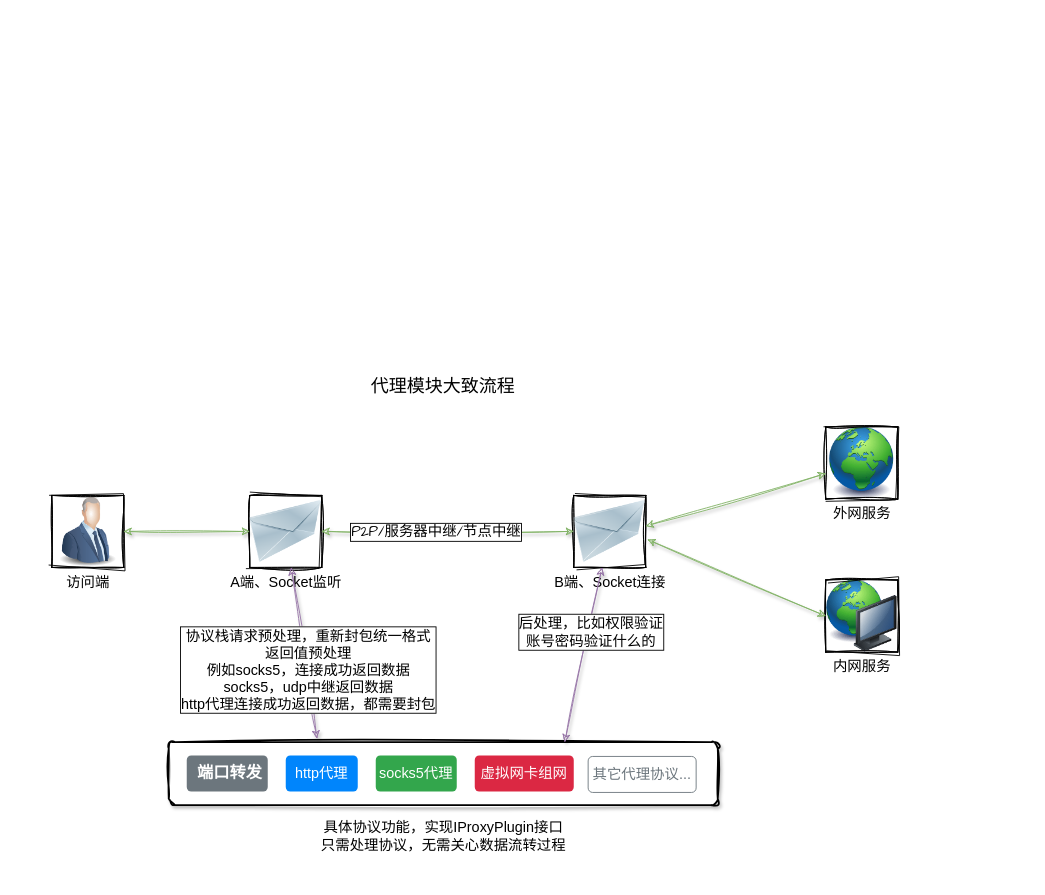
This is readme/代理模块大致流程.drawio from snltty/p2p-tunnel, a draw.io file, before an edit. Source tidied: cells renumbered, new cells numbered last; positions are measured from the earlier drawing's top-left corner, leaving out a move shared by most shapes. Both pictures are drawn from the tidied source at 90%, with x=0, y=0 at pixel (51, 373).
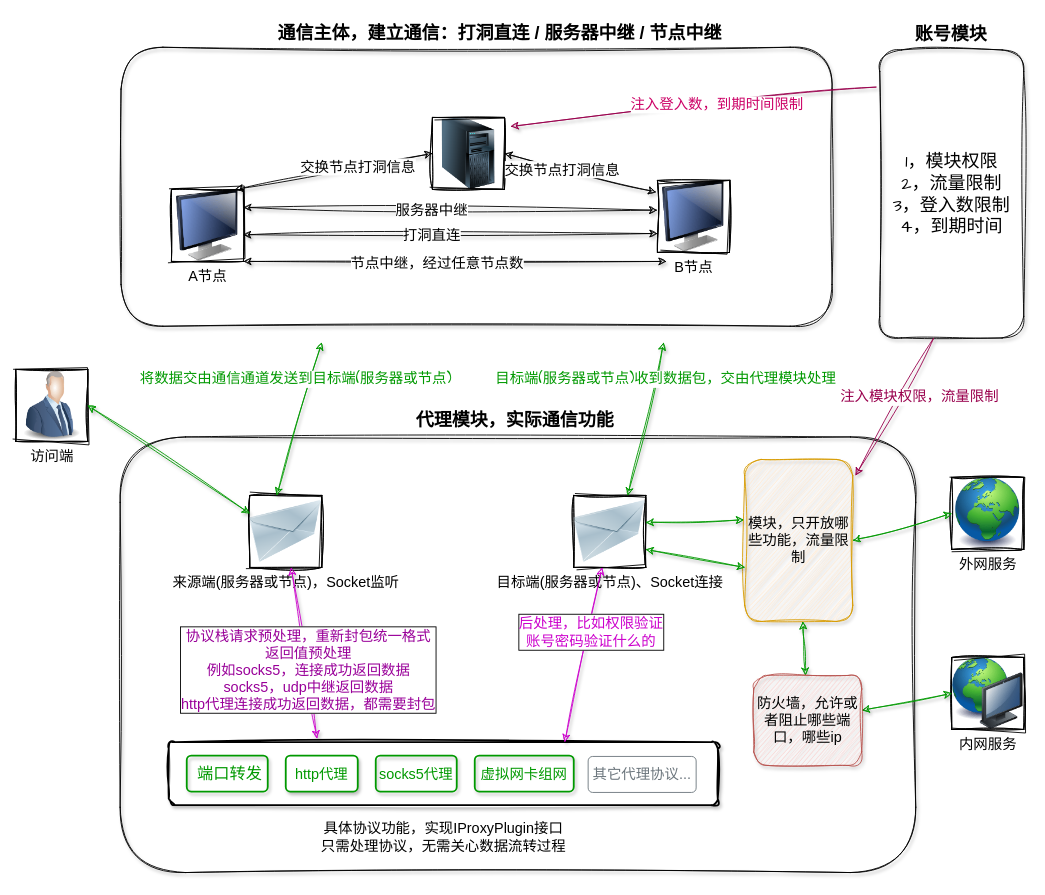
The same diagram, later.

Commit message (it also covers changes not shown here):
增加流量限制

Diff of the diagram source:
```diff
@@
+    <mxCell id="24" style="rounded=1;whiteSpace=wrap;html=1;fillColor=none;glass=0;sketch=1;curveFitting=1;jiggle=2;shadow=1;" parent="1" vertex="1">
+      <mxGeometry x="77" y="-362" width="790" height="310" as="geometry" />
+    </mxCell>
+    <mxCell id="25" style="rounded=1;whiteSpace=wrap;html=1;sketch=1;curveFitting=1;jiggle=2;shadow=1;fillColor=none;" parent="1" vertex="1">
+      <mxGeometry x="76" y="71" width="884" height="484" as="geometry" />
+    </mxCell>
-    <mxCell id="2" style="rounded=1;whiteSpace=wrap;html=1;absoluteArcSize=1;arcSize=14;strokeWidth=2;gradientColor=none;glass=0;sketch=1;curveFitting=1;jiggle=2;shadow=1;" parent="1" vertex="1">
+    <mxCell id="2" style="rounded=1;whiteSpace=wrap;html=1;absoluteArcSize=1;arcSize=14;strokeWidth=2;gradientColor=none;glass=0;sketch=1;curveFitting=1;jiggle=2;shadow=1;fillColor=default;" parent="1" vertex="1">
       <mxGeometry x="130" y="410" width="610" height="70" as="geometry" />
     </mxCell>
-    <mxCell id="3" value="端口转发" style="html=1;shadow=0;dashed=0;shape=mxgraph.bootstrap.rrect;rSize=5;strokeColor=none;strokeWidth=1;fillColor=#6C767D;fontColor=#FFFFFF;whiteSpace=wrap;align=left;verticalAlign=middle;spacingLeft=10;fontStyle=1;fontSize=18;" parent="1" vertex="1">
+    <mxCell id="3" value="端口转发" style="html=1;shadow=1;dashed=0;shape=mxgraph.bootstrap.rrect;rSize=5;strokeColor=#009900;strokeWidth=2;fillColor=none;whiteSpace=wrap;align=left;verticalAlign=middle;spacingLeft=10;fontStyle=0;fontSize=18;labelBackgroundColor=default;labelBorderColor=none;fontColor=#009900;" parent="1" vertex="1">
       <mxGeometry x="150" y="425" width="90" height="40" as="geometry" />
     </mxCell>
-    <mxCell id="4" value="http代理" style="html=1;shadow=0;dashed=0;shape=mxgraph.bootstrap.rrect;rSize=5;strokeColor=none;strokeWidth=1;fillColor=#0085FC;fontColor=#FFFFFF;whiteSpace=wrap;align=center;verticalAlign=middle;spacingLeft=0;fontStyle=0;fontSize=16;spacing=5;" parent="1" vertex="1">
+    <mxCell id="4" value="http代理" style="html=1;shadow=1;dashed=0;shape=mxgraph.bootstrap.rrect;rSize=5;strokeColor=#009900;strokeWidth=2;fillColor=default;fontColor=#009900;whiteSpace=wrap;align=center;verticalAlign=middle;spacingLeft=0;fontStyle=0;fontSize=16;spacing=5;" parent="1" vertex="1">
       <mxGeometry x="260" y="425" width="80" height="40" as="geometry" />
     </mxCell>
-    <mxCell id="5" value="socks5代理" style="html=1;shadow=0;dashed=0;shape=mxgraph.bootstrap.rrect;rSize=5;strokeColor=none;strokeWidth=1;fillColor=#33A64C;fontColor=#FFFFFF;whiteSpace=wrap;align=center;verticalAlign=middle;spacingLeft=0;fontStyle=0;fontSize=16;spacing=5;" parent="1" vertex="1">
+    <mxCell id="5" value="socks5代理" style="html=1;shadow=1;dashed=0;shape=mxgraph.bootstrap.rrect;rSize=5;strokeColor=#009900;strokeWidth=2;fillColor=none;fontColor=#009900;whiteSpace=wrap;align=center;verticalAlign=middle;spacingLeft=0;fontStyle=0;fontSize=16;spacing=5;" parent="1" vertex="1">
       <mxGeometry x="360" y="425" width="90" height="40" as="geometry" />
     </mxCell>
-    <mxCell id="6" value="虚拟网卡组网" style="html=1;shadow=0;dashed=0;shape=mxgraph.bootstrap.rrect;rSize=5;strokeColor=none;strokeWidth=1;fillColor=#DB2843;fontColor=#FFFFFF;whiteSpace=wrap;align=center;verticalAlign=middle;spacingLeft=0;fontStyle=0;fontSize=16;spacing=5;" parent="1" vertex="1">
+    <mxCell id="6" value="虚拟网卡组网" style="html=1;shadow=1;dashed=0;shape=mxgraph.bootstrap.rrect;rSize=5;strokeColor=#009900;strokeWidth=2;fillColor=none;fontColor=#009900;whiteSpace=wrap;align=center;verticalAlign=middle;spacingLeft=0;fontStyle=0;fontSize=16;spacing=5;" parent="1" vertex="1">
       <mxGeometry x="470" y="425" width="110" height="40" as="geometry" />
     </mxCell>
@@
     <mxCell id="8" value="访问端" style="image;html=1;image=img/lib/clip_art/people/Suit_Man_Blue_128x128.png;sketch=1;curveFitting=1;jiggle=2;imageBorder=default;imageBackground=default;fontSize=16;" parent="1" vertex="1">
-      <mxGeometry y="136" width="80" height="80" as="geometry" />
+      <mxGeometry x="-40" y="-4" width="80" height="80" as="geometry" />
     </mxCell>
-    <mxCell id="9" value="A端、Socket监听" style="image;html=1;image=img/lib/clip_art/networking/Email_128x128.png;sketch=1;curveFitting=1;jiggle=2;imageBorder=default;imageBackground=default;fontSize=16;" parent="1" vertex="1">
+    <mxCell id="9" value="来源端(服务器或节点)，Socket监听" style="image;html=1;image=img/lib/clip_art/networking/Email_128x128.png;sketch=1;curveFitting=1;jiggle=2;imageBorder=default;imageBackground=default;fontSize=16;" parent="1" vertex="1">
       <mxGeometry x="220" y="136" width="80" height="80" as="geometry" />
     </mxCell>
-    <mxCell id="10" style="endArrow=classic;startArrow=classic;html=1;rounded=0;entryX=0;entryY=0.5;entryDx=0;entryDy=0;exitX=1;exitY=0.5;exitDx=0;exitDy=0;fillColor=#d5e8d4;strokeColor=#82b366;sketch=1;curveFitting=1;jiggle=2;shadow=1;" parent="1" edge="1" source="8" target="9">
-      <mxGeometry relative="1" as="geometry" />
+    <mxCell id="10" style="endArrow=classic;startArrow=classic;html=1;rounded=0;exitX=1;exitY=0.5;exitDx=0;exitDy=0;fillColor=#d5e8d4;strokeColor=#009900;sketch=1;curveFitting=1;jiggle=2;shadow=1;" parent="1" edge="1" source="8">
+      <mxGeometry relative="1" as="geometry">
+        <mxPoint x="220" y="156" as="targetPoint" />
+      </mxGeometry>
     </mxCell>
-    <mxCell id="11" value="B端、Socket连接" style="image;html=1;image=img/lib/clip_art/networking/Email_128x128.png;imageBackground=default;imageBorder=default;sketch=1;curveFitting=1;jiggle=2;fontSize=16;" parent="1" vertex="1">
+    <mxCell id="11" value="目标端(服务器或节点)、Socket连接" style="image;html=1;image=img/lib/clip_art/networking/Email_128x128.png;imageBackground=default;imageBorder=default;sketch=1;curveFitting=1;jiggle=2;fontSize=16;" parent="1" vertex="1">
       <mxGeometry x="580" y="136" width="80" height="80" as="geometry" />
     </mxCell>
-    <mxCell id="12" style="endArrow=classic;startArrow=classic;html=1;rounded=0;entryX=0;entryY=0.5;entryDx=0;entryDy=0;sketch=1;curveFitting=1;jiggle=2;shadow=1;fillColor=#d5e8d4;strokeColor=#82b366;" parent="1" edge="1" target="11">
-      <mxGeometry relative="1" as="geometry">
-        <mxPoint x="300" y="176" as="sourcePoint" />
-      </mxGeometry>
-    </mxCell>
-    <mxCell id="13" value="P2P/服务器中继/节点中继" style="edgeLabel;align=center;verticalAlign=middle;fontSize=16;labelBorderColor=default;html=1;fontFamily=Comic Sans MS;" parent="12" vertex="1">
-      <mxGeometry x="-0.1" relative="1" as="geometry" />
-    </mxCell>
     <mxCell id="14" value="内网服务" style="image;html=1;image=img/lib/clip_art/computers/Network_128x128.png;imageBorder=default;imageBackground=default;sketch=1;curveFitting=1;jiggle=2;fontSize=16;" parent="1" vertex="1">
-      <mxGeometry x="860" y="230" width="80" height="80" as="geometry" />
+      <mxGeometry x="1000" y="316" width="80" height="80" as="geometry" />
     </mxCell>
     <mxCell id="15" value="外网服务" style="image;html=1;image=img/lib/clip_art/general/Earth_globe_128x128.png;fontSize=16;imageBackground=default;imageBorder=default;sketch=1;curveFitting=1;jiggle=2;" parent="1" vertex="1">
-      <mxGeometry x="860" y="60" width="80" height="80" as="geometry" />
+      <mxGeometry x="1000" y="116" width="80" height="80" as="geometry" />
     </mxCell>
-    <mxCell id="16" style="endArrow=classic;startArrow=classic;html=1;rounded=0;fillColor=#d5e8d4;strokeColor=#82b366;shadow=1;sketch=1;curveFitting=1;jiggle=2;" parent="1" edge="1" target="15">
+    <mxCell id="16" style="endArrow=classic;startArrow=classic;html=1;rounded=0;fillColor=#d5e8d4;strokeColor=#009900;shadow=1;sketch=1;curveFitting=1;jiggle=2;entryX=-0.008;entryY=0.373;entryDx=0;entryDy=0;entryPerimeter=0;" parent="1" edge="1" target="26">
       <mxGeometry relative="1" as="geometry">
-        <mxPoint x="660" y="170" as="sourcePoint" />
+        <mxPoint x="660" y="166" as="sourcePoint" />
       </mxGeometry>
     </mxCell>
-    <mxCell id="17" style="endArrow=classic;startArrow=classic;html=1;rounded=0;exitX=1.025;exitY=0.613;exitDx=0;exitDy=0;exitPerimeter=0;entryX=0;entryY=0.5;entryDx=0;entryDy=0;fillColor=#d5e8d4;strokeColor=#82b366;shadow=1;sketch=1;curveFitting=1;jiggle=2;" parent="1" edge="1" source="11" target="14">
+    <mxCell id="17" style="endArrow=classic;startArrow=classic;html=1;rounded=0;entryX=0;entryY=0.5;entryDx=0;entryDy=0;fillColor=#d5e8d4;strokeColor=#009900;shadow=1;sketch=1;curveFitting=1;jiggle=2;" parent="1" edge="1" source="48" target="14">
       <mxGeometry relative="1" as="geometry" />
     </mxCell>
@@
-    <mxCell id="19" style="endArrow=classic;startArrow=classic;html=1;rounded=0;exitX=0.27;exitY=-0.057;exitDx=0;exitDy=0;exitPerimeter=0;fillColor=#e1d5e7;strokeColor=#9673a6;sketch=1;curveFitting=1;jiggle=2;shadow=1;" parent="1" edge="1" source="2" target="9">
+    <mxCell id="19" style="endArrow=classic;startArrow=classic;html=1;rounded=0;exitX=0.27;exitY=-0.057;exitDx=0;exitDy=0;exitPerimeter=0;fillColor=#e1d5e7;strokeColor=#CC00CC;sketch=1;curveFitting=1;jiggle=2;shadow=1;" parent="1" edge="1" source="2" target="9">
       <mxGeometry relative="1" as="geometry" />
     </mxCell>
-    <mxCell id="20" value="协议栈请求预处理，重新封包统一格式&lt;br style=&quot;font-size: 16px;&quot;&gt;返回值预处理&lt;br style=&quot;font-size: 16px;&quot;&gt;例如socks5，连接成功返回数据&lt;br style=&quot;font-size: 16px;&quot;&gt;socks5，udp中继返回数据&lt;br style=&quot;font-size: 16px;&quot;&gt;http代理连接成功返回数据，都需要封包" style="edgeLabel;html=1;align=center;verticalAlign=middle;fontSize=16;labelBorderColor=default;" parent="19" vertex="1">
+    <mxCell id="20" value="协议栈请求预处理，重新封包统一格式&lt;br style=&quot;font-size: 16px;&quot;&gt;返回值预处理&lt;br style=&quot;font-size: 16px;&quot;&gt;例如socks5，连接成功返回数据&lt;br style=&quot;font-size: 16px;&quot;&gt;socks5，udp中继返回数据&lt;br style=&quot;font-size: 16px;&quot;&gt;http代理连接成功返回数据，都需要封包" style="edgeLabel;html=1;align=center;verticalAlign=middle;fontSize=16;labelBorderColor=default;fontColor=#990099;" parent="19" vertex="1">
       <mxGeometry x="-0.2" y="-2" relative="1" as="geometry">
         <mxPoint x="-1" as="offset" />
       </mxGeometry>
     </mxCell>
-    <mxCell id="21" style="endArrow=classic;startArrow=classic;html=1;rounded=1;fillColor=#e1d5e7;strokeColor=#9673a6;sketch=1;curveFitting=1;jiggle=2;shadow=1;" parent="1" edge="1" target="11">
+    <mxCell id="21" style="endArrow=classic;startArrow=classic;html=1;rounded=1;fillColor=#e1d5e7;strokeColor=#CC00CC;sketch=1;curveFitting=1;jiggle=2;shadow=1;" parent="1" edge="1" target="11">
       <mxGeometry relative="1" as="geometry">
         <mxPoint x="570" y="410" as="sourcePoint" />
       </mxGeometry>
     </mxCell>
-    <mxCell id="22" value="后处理，比如权限验证&lt;br style=&quot;font-size: 16px;&quot;&gt;账号密码验证什么的" style="edgeLabel;html=1;align=center;verticalAlign=middle;fontSize=16;labelBorderColor=default;" parent="21" vertex="1">
+    <mxCell id="22" value="后处理，比如权限验证&lt;br style=&quot;font-size: 16px;&quot;&gt;账号密码验证什么的" style="edgeLabel;html=1;align=center;verticalAlign=middle;fontSize=16;labelBorderColor=default;fontColor=#CC00CC;" parent="21" vertex="1">
       <mxGeometry x="0.27" y="-2" relative="1" as="geometry" />
     </mxCell>
-    <mxCell id="23" value="代理模块大致流程" style="text;html=1;strokeColor=none;fillColor=none;align=center;verticalAlign=middle;whiteSpace=wrap;rounded=0;fontSize=20;fontFamily=Comic Sans MS;" parent="1" vertex="1">
-      <mxGeometry x="350" width="170" height="30" as="geometry" />
-    </mxCell>
+    <mxCell id="26" value="模块，只开放哪些功能，流量限制" style="rounded=1;whiteSpace=wrap;html=1;glass=0;shadow=1;sketch=1;curveFitting=1;jiggle=2;fontSize=16;fillColor=#ffe6cc;strokeColor=#d79b00;" parent="1" vertex="1">
+      <mxGeometry x="770" y="96" width="120" height="180" as="geometry" />
+    </mxCell>
+    <mxCell id="27" style="image;html=1;image=img/lib/clip_art/computers/Server_Tower_128x128.png;imageBorder=default;imageBackground=default;sketch=1;curveFitting=1;jiggle=2;" parent="1" vertex="1">
+      <mxGeometry x="423" y="-284" width="80" height="80" as="geometry" />
+    </mxCell>
+    <mxCell id="28" value="&lt;font style=&quot;font-size: 16px;&quot;&gt;A节点&lt;/font&gt;" style="image;html=1;image=img/lib/clip_art/computers/Monitor_128x128.png;imageBorder=default;imageBackground=default;sketch=1;curveFitting=1;jiggle=2;" parent="1" vertex="1">
+      <mxGeometry x="133" y="-204" width="80" height="80" as="geometry" />
+    </mxCell>
+    <mxCell id="29" value="&lt;font style=&quot;font-size: 16px;&quot;&gt;B节点&lt;/font&gt;" style="image;html=1;image=img/lib/clip_art/computers/Monitor_128x128.png;sketch=1;curveFitting=1;jiggle=2;imageBorder=default;imageBackground=default;" parent="1" vertex="1">
+      <mxGeometry x="673" y="-214" width="80" height="80" as="geometry" />
+    </mxCell>
+    <mxCell id="30" style="endArrow=classic;startArrow=classic;html=1;rounded=0;entryX=0;entryY=0.5;entryDx=0;entryDy=0;exitX=0.885;exitY=0.001;exitDx=0;exitDy=0;exitPerimeter=0;sketch=1;curveFitting=1;jiggle=2;shadow=1;" parent="1" edge="1" source="28" target="27">
+      <mxGeometry relative="1" as="geometry" />
+    </mxCell>
+    <mxCell id="31" value="交换节点打洞信息" style="edgeLabel;html=1;align=center;verticalAlign=middle;fontSize=16;" parent="30" vertex="1">
+      <mxGeometry x="0.24" y="1" relative="1" as="geometry" />
+    </mxCell>
+    <mxCell id="32" style="endArrow=classic;startArrow=classic;html=1;rounded=0;entryX=1;entryY=0.5;entryDx=0;entryDy=0;exitX=-0.019;exitY=0.163;exitDx=0;exitDy=0;exitPerimeter=0;shadow=1;sketch=1;curveFitting=1;jiggle=2;" parent="1" edge="1" source="29" target="27">
+      <mxGeometry relative="1" as="geometry" />
+    </mxCell>
+    <mxCell id="33" value="交换节点打洞信息" style="edgeLabel;html=1;align=center;verticalAlign=middle;fontSize=16;" parent="32" vertex="1">
+      <mxGeometry x="0.24" y="1" relative="1" as="geometry" />
+    </mxCell>
+    <mxCell id="34" style="endArrow=classic;startArrow=classic;html=1;rounded=0;exitX=0.996;exitY=0.641;exitDx=0;exitDy=0;exitPerimeter=0;entryX=0;entryY=0.75;entryDx=0;entryDy=0;sketch=1;curveFitting=1;jiggle=2;shadow=1;" parent="1" edge="1">
+      <mxGeometry relative="1" as="geometry">
+        <mxPoint x="212.7" y="-153.7" as="sourcePoint" />
+        <mxPoint x="673" y="-155" as="targetPoint" />
+      </mxGeometry>
+    </mxCell>
+    <mxCell id="35" value="打洞直连" style="edgeLabel;html=1;align=center;verticalAlign=middle;fontSize=16;" parent="34" vertex="1">
+      <mxGeometry x="-0.09" y="-1" relative="1" as="geometry" />
+    </mxCell>
+    <mxCell id="36" style="endArrow=classic;startArrow=classic;html=1;rounded=0;exitX=1;exitY=0.25;exitDx=0;exitDy=0;entryX=-0.004;entryY=0.413;entryDx=0;entryDy=0;entryPerimeter=0;shadow=1;sketch=1;curveFitting=1;jiggle=2;" parent="1" edge="1" source="28" target="29">
+      <mxGeometry relative="1" as="geometry" />
+    </mxCell>
+    <mxCell id="37" value="服务器中继" style="edgeLabel;html=1;align=center;verticalAlign=middle;fontSize=16;" parent="36" vertex="1">
+      <mxGeometry x="-0.09" y="-1" relative="1" as="geometry" />
+    </mxCell>
+    <mxCell id="38" style="endArrow=classic;startArrow=classic;html=1;rounded=0;exitX=1;exitY=1;exitDx=0;exitDy=0;shadow=1;sketch=1;curveFitting=1;jiggle=2;" parent="1" edge="1" source="28">
+      <mxGeometry relative="1" as="geometry">
+        <mxPoint x="683" y="-124" as="targetPoint" />
+      </mxGeometry>
+    </mxCell>
+    <mxCell id="39" value="节点中继，经过任意节点数" style="edgeLabel;html=1;align=center;verticalAlign=middle;fontSize=16;" parent="38" vertex="1">
+      <mxGeometry x="-0.09" y="-1" relative="1" as="geometry" />
+    </mxCell>
+    <mxCell id="40" value="通信主体，建立通信：打洞直连 / 服务器中继 / 节点中继" style="text;html=1;strokeColor=none;fillColor=none;align=center;verticalAlign=middle;whiteSpace=wrap;rounded=0;fontSize=20;fontStyle=1;fontColor=default;" parent="1" vertex="1">
+      <mxGeometry x="243" y="-394" width="510" height="30" as="geometry" />
+    </mxCell>
+    <mxCell id="41" style="endArrow=classic;startArrow=classic;html=1;rounded=0;sketch=1;curveFitting=1;jiggle=2;shadow=1;fillColor=#d5e8d4;strokeColor=#009900;" parent="1" edge="1">
+      <mxGeometry relative="1" as="geometry">
+        <mxPoint x="250" y="136" as="sourcePoint" />
+        <mxPoint x="300" y="-34" as="targetPoint" />
+      </mxGeometry>
+    </mxCell>
+    <mxCell id="42" value="将数据交由通信通道发送到目标端(服务器或节点)" style="edgeLabel;html=1;align=center;verticalAlign=middle;fontSize=16;fontFamily=Architects Daughter;fontColor=#009900;" parent="41" vertex="1">
+      <mxGeometry x="-0.22" y="-1" relative="1" as="geometry">
+        <mxPoint y="-64" as="offset" />
+      </mxGeometry>
+    </mxCell>
+    <mxCell id="43" value="代理模块，实际通信功能" style="text;html=1;strokeColor=none;fillColor=none;align=center;verticalAlign=middle;whiteSpace=wrap;rounded=0;fontSize=20;fontStyle=1;" parent="1" vertex="1">
+      <mxGeometry x="395" y="36" width="240" height="30" as="geometry" />
+    </mxCell>
+    <mxCell id="44" style="endArrow=classic;startArrow=classic;html=1;rounded=0;sketch=1;hachureGap=4;jiggle=2;curveFitting=1;fontFamily=Architects Daughter;fontSize=16;fillColor=#d5e8d4;strokeColor=#009900;shadow=1;" parent="1" edge="1">
+      <mxGeometry relative="1" as="geometry">
+        <mxPoint x="640" y="136" as="sourcePoint" />
+        <mxPoint x="680" y="-34" as="targetPoint" />
+      </mxGeometry>
+    </mxCell>
+    <mxCell id="45" value="目标端(服务器或节点)收到数据包，交由代理模块处理" style="edgeLabel;html=1;align=center;verticalAlign=middle;fontSize=16;fontFamily=Architects Daughter;fontColor=#009900;" parent="44" vertex="1">
+      <mxGeometry x="-0.09" y="-4" relative="1" as="geometry">
+        <mxPoint x="20" y="-54" as="offset" />
+      </mxGeometry>
+    </mxCell>
+    <mxCell id="46" style="endArrow=classic;startArrow=classic;html=1;rounded=0;sketch=1;hachureGap=4;jiggle=2;curveFitting=1;fontFamily=Architects Daughter;fontSize=16;fillColor=#d5e8d4;strokeColor=#009900;shadow=1;entryX=0.002;entryY=0.667;entryDx=0;entryDy=0;entryPerimeter=0;" parent="1" edge="1" target="26">
+      <mxGeometry relative="1" as="geometry">
+        <mxPoint x="660" y="196" as="sourcePoint" />
+      </mxGeometry>
+    </mxCell>
+    <mxCell id="47" style="endArrow=classic;startArrow=classic;html=1;rounded=0;fillColor=#d5e8d4;strokeColor=#009900;shadow=1;sketch=1;curveFitting=1;jiggle=2;" parent="1" edge="1" source="26" target="48">
+      <mxGeometry relative="1" as="geometry" />
+    </mxCell>
+    <mxCell id="48" value="防火墙，允许或者阻止哪些端口，哪些ip" style="rounded=1;whiteSpace=wrap;html=1;glass=0;shadow=1;sketch=1;curveFitting=1;jiggle=2;fontSize=16;fillColor=#f8cecc;strokeColor=#b85450;" parent="1" vertex="1">
+      <mxGeometry x="780" y="336" width="120" height="100" as="geometry" />
+    </mxCell>
+    <mxCell id="49" style="endArrow=classic;startArrow=classic;html=1;rounded=0;sketch=1;hachureGap=4;jiggle=2;curveFitting=1;fontFamily=Architects Daughter;fontSize=16;entryX=0;entryY=0.5;entryDx=0;entryDy=0;shadow=1;strokeColor=#009900;exitX=1;exitY=0.5;exitDx=0;exitDy=0;" parent="1" edge="1" source="26" target="15">
+      <mxGeometry relative="1" as="geometry" />
+    </mxCell>
+    <mxCell id="50" value="1，模块权限&lt;br&gt;2，流量限制&lt;br&gt;3，登入数限制&lt;br&gt;4，到期时间" style="rounded=1;whiteSpace=wrap;html=1;sketch=1;hachureGap=4;jiggle=2;curveFitting=1;fontFamily=Architects Daughter;fontSize=20;shadow=1;fillColor=none;" parent="1" vertex="1">
+      <mxGeometry x="920" y="-359" width="160" height="320" as="geometry" />
+    </mxCell>
+    <mxCell id="51" value="账号模块" style="text;html=1;align=center;verticalAlign=middle;strokeColor=none;fillColor=none;fontSize=20;fontFamily=Architects Daughter;fontStyle=1;" parent="1" vertex="1">
+      <mxGeometry x="949" y="-397" width="100" height="40" as="geometry" />
+    </mxCell>
+    <mxCell id="52" style="endArrow=classic;html=1;rounded=0;sketch=1;hachureGap=4;jiggle=2;curveFitting=1;fontFamily=Architects Daughter;fontSize=16;entryX=1.026;entryY=0.099;entryDx=0;entryDy=0;entryPerimeter=0;exitX=0.374;exitY=1.001;exitDx=0;exitDy=0;exitPerimeter=0;fontColor=#CC0066;strokeColor=#99004D;shadow=1;" parent="1" edge="1" source="50" target="26">
+      <mxGeometry relative="1" as="geometry" />
+    </mxCell>
+    <mxCell id="53" value="注入模块权限，流量限制" style="edgeLabel;html=1;align=center;verticalAlign=middle;fontSize=16;fontFamily=Architects Daughter;fontColor=#99004D;" parent="52" vertex="1">
+      <mxGeometry x="-0.15" y="-1" relative="1" as="geometry">
+        <mxPoint x="22" as="offset" />
+      </mxGeometry>
+    </mxCell>
+    <mxCell id="54" style="endArrow=classic;html=1;rounded=0;sketch=1;hachureGap=4;jiggle=2;curveFitting=1;fontFamily=Architects Daughter;fontSize=16;exitX=-0.026;exitY=0.129;exitDx=0;exitDy=0;exitPerimeter=0;strokeColor=#99004D;shadow=1;fontColor=#CC0066;" parent="1" edge="1" source="50">
+      <mxGeometry relative="1" as="geometry">
+        <mxPoint x="510" y="-274" as="targetPoint" />
+      </mxGeometry>
+    </mxCell>
+    <mxCell id="55" value="注入登入数，到期时间限制" style="edgeLabel;html=1;align=center;verticalAlign=middle;fontSize=16;fontFamily=Architects Daughter;fontColor=#CC0066;" parent="54" vertex="1">
+      <mxGeometry x="-0.13" relative="1" as="geometry" />
+    </mxCell>
```
